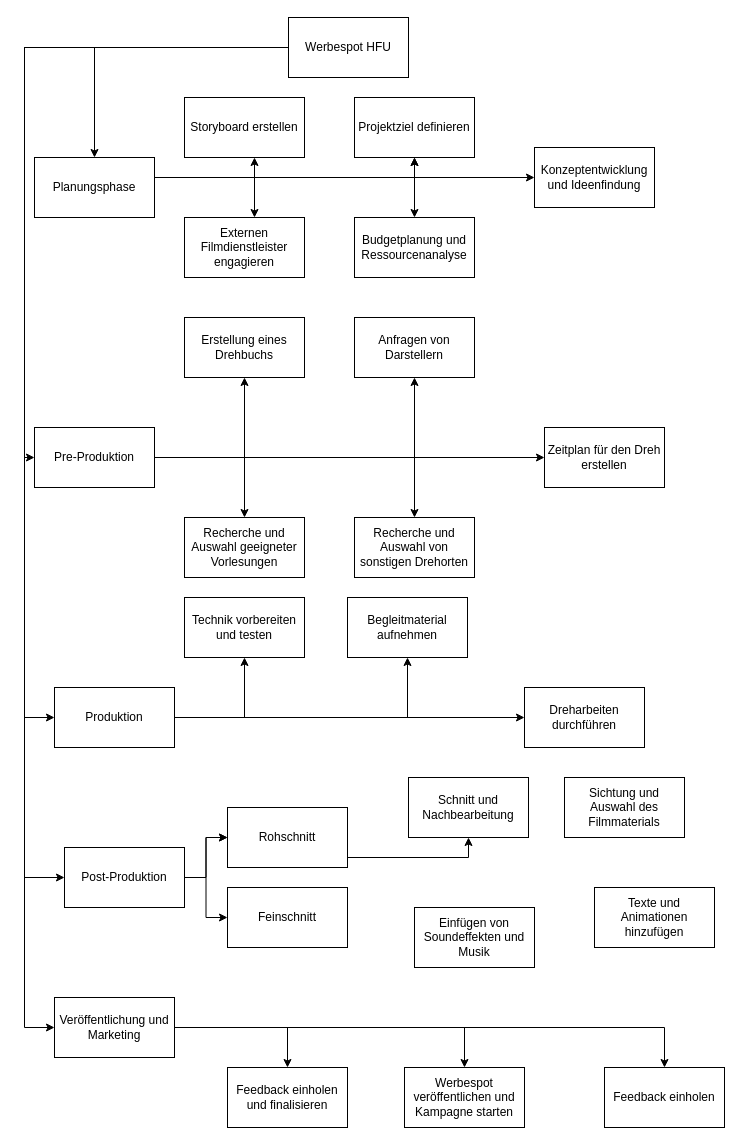
Garitz/Flowchart_statistic keeps this draw.io diagram as Produktmanagement.drawio. Above is the earlier version. Source tidied: cells renumbered, new cells numbered last; positions are measured from the earlier drawing's top-left corner, leaving out a move shared by most shapes. Both pictures are drawn from the tidied source at 100%, with x=0, y=0 at pixel (24, 17).
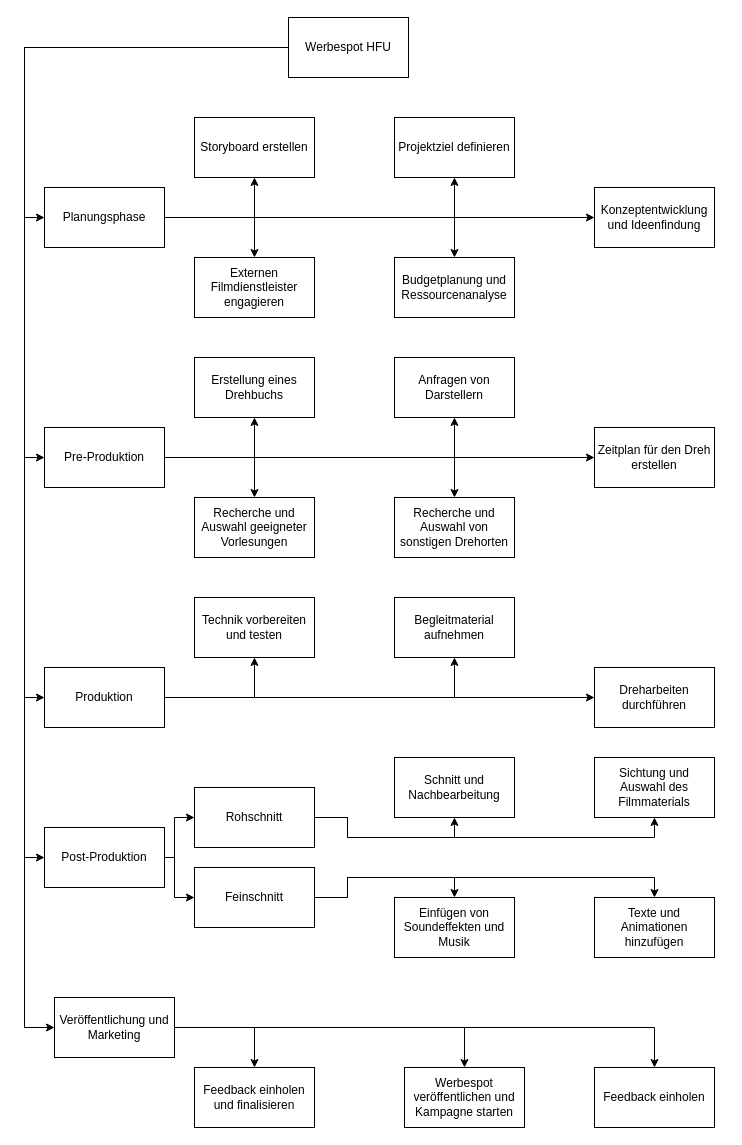
The same diagram, later.

Commit message:
Fertig angeordnet

Unchanged cells that the change refers to:
```xml
<mxCell id="7" value="Werbespot HFU" style="rounded=0;whiteSpace=wrap;html=1;" parent="1" vertex="1">
  <mxGeometry x="264" width="120" height="60" as="geometry" />
</mxCell>
```

Diff of the diagram source:
```diff
@@
     <mxCell id="2" style="edgeStyle=orthogonalEdgeStyle;rounded=0;jettySize=auto;html=1;" parent="1" edge="1" source="7" target="14">
-      <mxGeometry relative="1" as="geometry" />
+      <mxGeometry relative="1" as="geometry">
+        <Array as="points">
+          <mxPoint y="30" />
+          <mxPoint y="200" />
+        </Array>
+      </mxGeometry>
     </mxCell>
@@
     <mxCell id="4" style="edgeStyle=orthogonalEdgeStyle;rounded=0;jettySize=auto;html=1;" parent="1" edge="1" source="7" target="24">
       <mxGeometry relative="1" as="geometry">
         <Array as="points">
           <mxPoint y="30" />
-          <mxPoint y="700" />
+          <mxPoint y="680" />
         </Array>
       </mxGeometry>
     </mxCell>
     <mxCell id="5" style="edgeStyle=orthogonalEdgeStyle;rounded=0;jettySize=auto;html=1;" parent="1" edge="1" source="7" target="28">
       <mxGeometry relative="1" as="geometry">
         <Array as="points">
           <mxPoint y="30" />
-          <mxPoint y="860" />
+          <mxPoint y="840" />
         </Array>
       </mxGeometry>
     </mxCell>
@@
-    <mxCell id="8" style="edgeStyle=orthogonalEdgeStyle;rounded=0;jettySize=auto;html=1;" parent="1" edge="1" source="14" target="33">
+    <mxCell id="8" style="edgeStyle=orthogonalEdgeStyle;rounded=0;jettySize=auto;html=1;entryX=0.5;entryY=1;entryDx=0;entryDy=0;" parent="1" edge="1" source="14" target="33">
       <mxGeometry relative="1" as="geometry">
         <Array as="points">
-          <mxPoint x="390" y="160" />
+          <mxPoint x="430" y="200" />
         </Array>
       </mxGeometry>
     </mxCell>
-    <mxCell id="9" style="edgeStyle=orthogonalEdgeStyle;rounded=0;jettySize=auto;html=1;" parent="1" edge="1" source="14" target="33">
-      <mxGeometry relative="1" as="geometry">
-        <Array as="points">
-          <mxPoint x="390" y="160" />
-        </Array>
-      </mxGeometry>
-    </mxCell>
-    <mxCell id="10" style="edgeStyle=orthogonalEdgeStyle;rounded=0;jettySize=auto;html=1;" parent="1" edge="1" source="14" target="34">
+    <mxCell id="10" style="edgeStyle=orthogonalEdgeStyle;rounded=0;jettySize=auto;html=1;entryX=0.5;entryY=0;entryDx=0;entryDy=0;" parent="1" edge="1" source="14" target="34">
       <mxGeometry relative="1" as="geometry">
         <Array as="points">
-          <mxPoint x="390" y="160" />
+          <mxPoint x="430" y="200" />
         </Array>
       </mxGeometry>
     </mxCell>
     <mxCell id="11" style="edgeStyle=orthogonalEdgeStyle;rounded=0;jettySize=auto;html=1;" parent="1" edge="1" source="14" target="35">
       <mxGeometry relative="1" as="geometry">
         <Array as="points">
-          <mxPoint x="230" y="160" />
+          <mxPoint x="230" y="200" />
         </Array>
       </mxGeometry>
     </mxCell>
     <mxCell id="12" style="edgeStyle=orthogonalEdgeStyle;rounded=0;jettySize=auto;html=1;" parent="1" edge="1" source="14" target="36">
       <mxGeometry relative="1" as="geometry">
         <Array as="points">
-          <mxPoint x="230" y="160" />
-          <mxPoint x="230" y="160" />
+          <mxPoint x="360" y="200" />
+          <mxPoint x="360" y="200" />
         </Array>
       </mxGeometry>
     </mxCell>
-    <mxCell id="13" style="edgeStyle=orthogonalEdgeStyle;rounded=0;jettySize=auto;html=1;" parent="1" edge="1" source="14" target="37">
+    <mxCell id="13" style="edgeStyle=orthogonalEdgeStyle;rounded=0;jettySize=auto;html=1;exitX=1;exitY=0.5;exitDx=0;exitDy=0;" parent="1" edge="1" source="14" target="37">
       <mxGeometry relative="1" as="geometry">
         <Array as="points">
-          <mxPoint x="230" y="160" />
+          <mxPoint x="230" y="200" />
         </Array>
       </mxGeometry>
     </mxCell>
     <mxCell id="14" value="Planungsphase" style="whiteSpace=wrap;html=1;rounded=0;" parent="1" vertex="1">
-      <mxGeometry x="10" y="140" width="120" height="60" as="geometry" />
+      <mxGeometry x="20" y="170" width="120" height="60" as="geometry" />
     </mxCell>
     <mxCell id="15" style="edgeStyle=orthogonalEdgeStyle;rounded=0;jettySize=auto;html=1;" parent="1" edge="1" source="20" target="38">
       <mxGeometry relative="1" as="geometry">
         <Array as="points">
-          <mxPoint x="220" y="440" />
+          <mxPoint x="230" y="440" />
         </Array>
       </mxGeometry>
     </mxCell>
@@
     <mxCell id="20" value="Pre-Produktion" style="rounded=0;whiteSpace=wrap;html=1;" parent="1" vertex="1">
-      <mxGeometry x="10" y="410" width="120" height="60" as="geometry" />
+      <mxGeometry x="20" y="410" width="120" height="60" as="geometry" />
     </mxCell>
@@
     <mxCell id="24" value="Produktion" style="whiteSpace=wrap;html=1;rounded=0;" parent="1" vertex="1">
-      <mxGeometry x="30" y="670" width="120" height="60" as="geometry" />
+      <mxGeometry x="20" y="650" width="120" height="60" as="geometry" />
     </mxCell>
-    <mxCell id="25" style="edgeStyle=orthogonalEdgeStyle;rounded=0;jettySize=auto;html=1;" parent="1" edge="1" source="28" target="50">
-      <mxGeometry relative="1" as="geometry" />
-    </mxCell>
     <mxCell id="26" style="edgeStyle=orthogonalEdgeStyle;rounded=0;jettySize=auto;html=1;" parent="1" edge="1" source="28" target="50">
-      <mxGeometry relative="1" as="geometry" />
+      <mxGeometry relative="1" as="geometry">
+        <Array as="points">
+          <mxPoint x="150" y="840" />
+          <mxPoint x="150" y="800" />
+        </Array>
+      </mxGeometry>
     </mxCell>
     <mxCell id="27" style="edgeStyle=orthogonalEdgeStyle;rounded=0;jettySize=auto;html=1;" parent="1" edge="1" source="28" target="51">
-      <mxGeometry relative="1" as="geometry" />
+      <mxGeometry relative="1" as="geometry">
+        <Array as="points">
+          <mxPoint x="150" y="840" />
+          <mxPoint x="150" y="880" />
+        </Array>
+      </mxGeometry>
     </mxCell>
     <mxCell id="28" value="Post-Produktion" style="rounded=0;whiteSpace=wrap;html=1;" parent="1" vertex="1">
-      <mxGeometry x="40" y="830" width="120" height="60" as="geometry" />
+      <mxGeometry x="20" y="810" width="120" height="60" as="geometry" />
     </mxCell>
@@
     <mxCell id="33" value="Projektziel definieren" style="whiteSpace=wrap;html=1;rounded=0;" parent="1" vertex="1">
-      <mxGeometry x="330" y="80" width="120" height="60" as="geometry" />
+      <mxGeometry x="370" y="100" width="120" height="60" as="geometry" />
     </mxCell>
     <mxCell id="34" value="Budgetplanung und Ressourcenanalyse" style="whiteSpace=wrap;html=1;rounded=0;" parent="1" vertex="1">
-      <mxGeometry x="330" y="200" width="120" height="60" as="geometry" />
+      <mxGeometry x="370" y="240" width="120" height="60" as="geometry" />
     </mxCell>
     <mxCell id="35" value="Externen Filmdienstleister engagieren" style="whiteSpace=wrap;html=1;rounded=0;" parent="1" vertex="1">
-      <mxGeometry x="160" y="200" width="120" height="60" as="geometry" />
+      <mxGeometry x="170" y="240" width="120" height="60" as="geometry" />
     </mxCell>
     <mxCell id="36" value="Konzeptentwicklung und Ideenfindung" style="whiteSpace=wrap;html=1;rounded=0;" parent="1" vertex="1">
-      <mxGeometry x="510" y="130" width="120" height="60" as="geometry" />
+      <mxGeometry x="570" y="170" width="120" height="60" as="geometry" />
     </mxCell>
     <mxCell id="37" value="Storyboard erstellen" style="whiteSpace=wrap;html=1;rounded=0;" parent="1" vertex="1">
-      <mxGeometry x="160" y="80" width="120" height="60" as="geometry" />
+      <mxGeometry x="170" y="100" width="120" height="60" as="geometry" />
     </mxCell>
     <mxCell id="38" value="Erstellung eines Drehbuchs" style="whiteSpace=wrap;html=1;rounded=0;" parent="1" vertex="1">
-      <mxGeometry x="160" y="300" width="120" height="60" as="geometry" />
+      <mxGeometry x="170" y="340" width="120" height="60" as="geometry" />
     </mxCell>
     <mxCell id="39" value="Recherche und Auswahl geeigneter Vorlesungen" style="whiteSpace=wrap;html=1;rounded=0;" parent="1" vertex="1">
-      <mxGeometry x="160" y="500" width="120" height="60" as="geometry" />
+      <mxGeometry x="170" y="480" width="120" height="60" as="geometry" />
     </mxCell>
     <mxCell id="40" value="Anfragen von Darstellern" style="whiteSpace=wrap;html=1;rounded=0;" parent="1" vertex="1">
-      <mxGeometry x="330" y="300" width="120" height="60" as="geometry" />
+      <mxGeometry x="370" y="340" width="120" height="60" as="geometry" />
     </mxCell>
     <mxCell id="41" value="Recherche und Auswahl von sonstigen Drehorten" style="whiteSpace=wrap;html=1;rounded=0;" parent="1" vertex="1">
-      <mxGeometry x="330" y="500" width="120" height="60" as="geometry" />
+      <mxGeometry x="370" y="480" width="120" height="60" as="geometry" />
     </mxCell>
     <mxCell id="42" value="Zeitplan für den Dreh erstellen" style="whiteSpace=wrap;html=1;rounded=0;" parent="1" vertex="1">
-      <mxGeometry x="520" y="410" width="120" height="60" as="geometry" />
+      <mxGeometry x="570" y="410" width="120" height="60" as="geometry" />
     </mxCell>
     <mxCell id="43" value="Technik vorbereiten und testen" style="whiteSpace=wrap;html=1;rounded=0;" parent="1" vertex="1">
-      <mxGeometry x="160" y="580" width="120" height="60" as="geometry" />
+      <mxGeometry x="170" y="580" width="120" height="60" as="geometry" />
     </mxCell>
     <mxCell id="44" value="Dreharbeiten durchführen" style="whiteSpace=wrap;html=1;rounded=0;" parent="1" vertex="1">
-      <mxGeometry x="500" y="670" width="120" height="60" as="geometry" />
+      <mxGeometry x="570" y="650" width="120" height="60" as="geometry" />
     </mxCell>
     <mxCell id="45" value="Begleitmaterial aufnehmen" style="whiteSpace=wrap;html=1;rounded=0;" parent="1" vertex="1">
-      <mxGeometry x="323" y="580" width="120" height="60" as="geometry" />
+      <mxGeometry x="370" y="580" width="120" height="60" as="geometry" />
     </mxCell>
     <mxCell id="46" value="Sichtung und Auswahl des Filmmaterials" style="rounded=0;whiteSpace=wrap;html=1;" parent="1" vertex="1">
-      <mxGeometry x="540" y="760" width="120" height="60" as="geometry" />
+      <mxGeometry x="570" y="740" width="120" height="60" as="geometry" />
     </mxCell>
     <mxCell id="47" value="Schnitt und Nachbearbeitung" style="whiteSpace=wrap;html=1;rounded=0;" parent="1" vertex="1">
-      <mxGeometry x="384" y="760" width="120" height="60" as="geometry" />
+      <mxGeometry x="370" y="740" width="120" height="60" as="geometry" />
     </mxCell>
     <mxCell id="48" value="Einfügen von Soundeffekten und Musik" style="whiteSpace=wrap;html=1;rounded=0;" parent="1" vertex="1">
-      <mxGeometry x="390" y="890" width="120" height="60" as="geometry" />
+      <mxGeometry x="370" y="880" width="120" height="60" as="geometry" />
     </mxCell>
     <mxCell id="49" style="edgeStyle=orthogonalEdgeStyle;rounded=0;jettySize=auto;html=1;exitX=1;exitY=0.5;exitDx=0;exitDy=0;entryX=0.5;entryY=1;entryDx=0;entryDy=0;" parent="1" edge="1" source="50" target="47">
       <mxGeometry relative="1" as="geometry">
         <Array as="points">
-          <mxPoint x="323" y="840" />
-          <mxPoint x="444" y="840" />
+          <mxPoint x="323" y="820" />
+          <mxPoint x="430" y="820" />
         </Array>
       </mxGeometry>
     </mxCell>
+    <mxCell id="56" style="edgeStyle=orthogonalEdgeStyle;rounded=0;jettySize=auto;html=1;exitX=1;exitY=0.5;exitDx=0;exitDy=0;entryX=0.5;entryY=1;entryDx=0;entryDy=0;" parent="1" edge="1" source="50" target="46">
+      <mxGeometry relative="1" as="geometry">
+        <Array as="points">
+          <mxPoint x="323" y="820" />
+          <mxPoint x="630" y="820" />
+        </Array>
+      </mxGeometry>
+    </mxCell>
     <mxCell id="50" value="Rohschnitt" style="whiteSpace=wrap;html=1;rounded=0;" parent="1" vertex="1">
-      <mxGeometry x="203" y="790" width="120" height="60" as="geometry" />
+      <mxGeometry x="170" y="770" width="120" height="60" as="geometry" />
     </mxCell>
+    <mxCell id="57" style="edgeStyle=orthogonalEdgeStyle;rounded=0;jettySize=auto;html=1;exitX=1;exitY=0.5;exitDx=0;exitDy=0;entryX=0.5;entryY=0;entryDx=0;entryDy=0;" parent="1" edge="1" source="51" target="48">
+      <mxGeometry relative="1" as="geometry">
+        <Array as="points">
+          <mxPoint x="323" y="860" />
+          <mxPoint x="430" y="860" />
+        </Array>
+      </mxGeometry>
+    </mxCell>
+    <mxCell id="58" style="edgeStyle=orthogonalEdgeStyle;rounded=0;jettySize=auto;html=1;exitX=1;exitY=0.5;exitDx=0;exitDy=0;entryX=0.5;entryY=0;entryDx=0;entryDy=0;" parent="1" edge="1" source="51" target="52">
+      <mxGeometry relative="1" as="geometry">
+        <Array as="points">
+          <mxPoint x="323" y="860" />
+          <mxPoint x="630" y="860" />
+        </Array>
+      </mxGeometry>
+    </mxCell>
     <mxCell id="51" value="Feinschnitt" style="whiteSpace=wrap;html=1;rounded=0;" parent="1" vertex="1">
-      <mxGeometry x="203" y="870" width="120" height="60" as="geometry" />
+      <mxGeometry x="170" y="850" width="120" height="60" as="geometry" />
     </mxCell>
     <mxCell id="52" value="Texte und Animationen hinzufügen" style="whiteSpace=wrap;html=1;rounded=0;" parent="1" vertex="1">
-      <mxGeometry x="570" y="870" width="120" height="60" as="geometry" />
+      <mxGeometry x="570" y="880" width="120" height="60" as="geometry" />
     </mxCell>
     <mxCell id="53" value="Feedback einholen und finalisieren" style="whiteSpace=wrap;html=1;rounded=0;" parent="1" vertex="1">
-      <mxGeometry x="203" y="1050" width="120" height="60" as="geometry" />
+      <mxGeometry x="170" y="1050" width="120" height="60" as="geometry" />
     </mxCell>
@@
     <mxCell id="55" value="Feedback einholen" style="whiteSpace=wrap;html=1;rounded=0;" parent="1" vertex="1">
-      <mxGeometry x="580" y="1050" width="120" height="60" as="geometry" />
+      <mxGeometry x="570" y="1050" width="120" height="60" as="geometry" />
     </mxCell>
```
